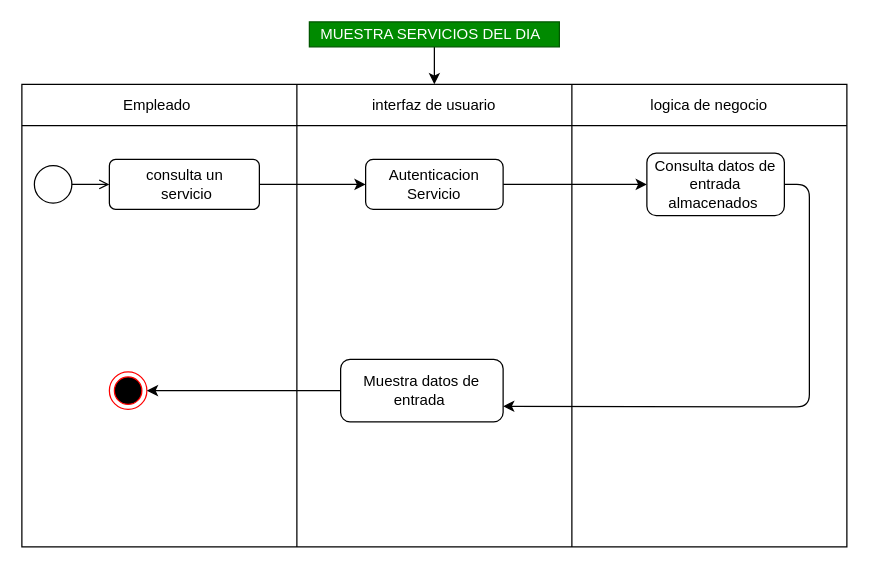
DavidArtavia/Activity_Diagram- keeps this draw.io diagram as Diagramas_Actividad/DAE.6.1.drawio. Above is the earlier version. Source tidied: cells renumbered, new cells numbered last; positions are measured from the earlier drawing's top-left corner, leaving out a move shared by most shapes. Both pictures are drawn from the tidied source at 125%, with x=0, y=0 at pixel (21, 21).
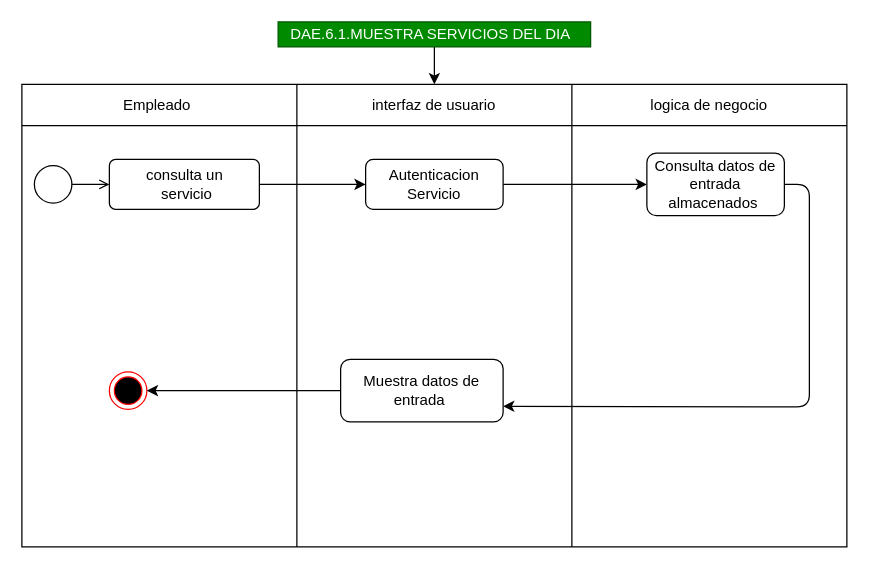
The same page after the edit.

What changed in the source:
```diff
@@
-    <mxCell id="21" value="MUESTRA SERVICIOS DEL DIA&amp;nbsp;&amp;nbsp;" style="text;html=1;align=center;verticalAlign=middle;points=[];rounded=0;fillColor=#008a00;fontColor=#ffffff;strokeColor=#005700;" parent="1" vertex="1">
-      <mxGeometry x="230" width="200" height="20" as="geometry" />
+    <mxCell id="21" value="DAE.6.1.MUESTRA SERVICIOS DEL DIA&amp;nbsp;&amp;nbsp;" style="text;html=1;align=center;verticalAlign=middle;points=[];rounded=0;fillColor=#008a00;fontColor=#ffffff;strokeColor=#005700;" parent="1" vertex="1">
+      <mxGeometry x="205" width="250" height="20" as="geometry" />
     </mxCell>
```
